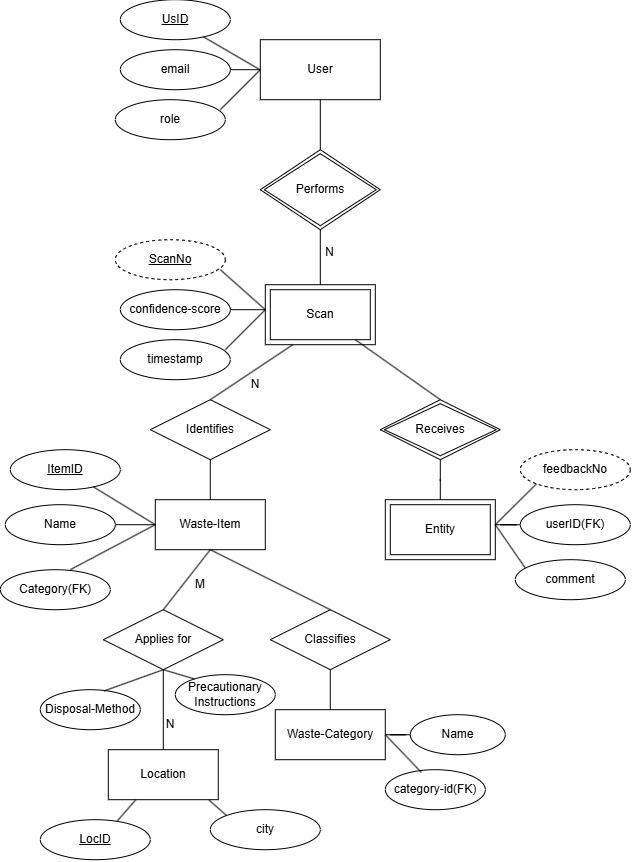
Above: docs/diagrams/er_diagram/er.png in Daksh-Aggarwal/ucs503p-202627-sortify (draw.io), before the change. Source tidied: cells renumbered, new cells last; positions are measured from the earlier drawing's top-left corner, leaving out a move shared by most shapes.
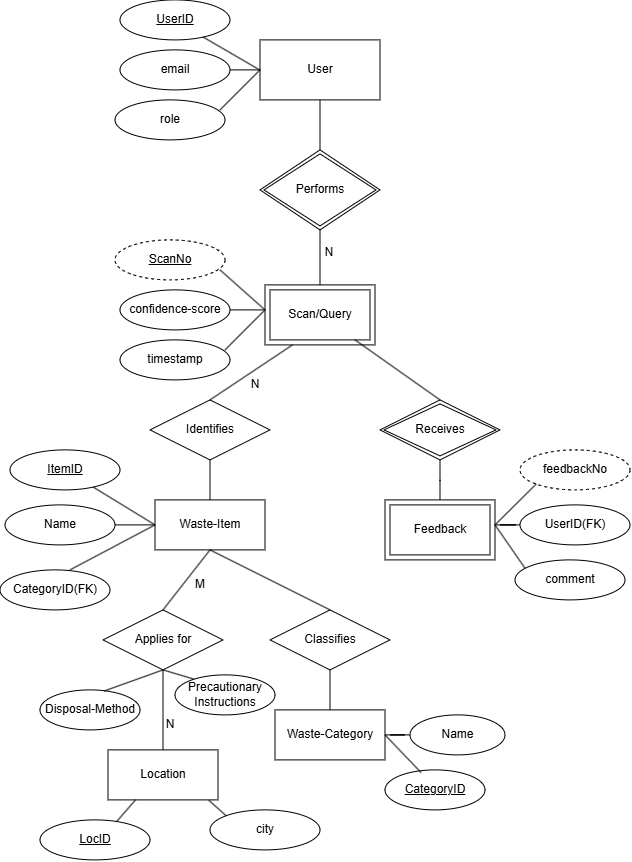
Later version of the same file.

The edit, as a diff of the source:
```diff
@@ -72,7 +72,7 @@
     <mxCell id="15" value="&lt;span style=&quot;color: light-dark(rgb(0, 0, 0), rgb(0, 0, 0));&quot;&gt;timestamp&lt;/span&gt;" style="ellipse;whiteSpace=wrap;html=1;align=center;fillColor=none;strokeColor=light-dark(#000000,#000000);" parent="1" vertex="1">
       <mxGeometry x="120" y="340" width="110" height="40" as="geometry" />
     </mxCell>
-    <mxCell id="16" value="&lt;u style=&quot;color: light-dark(rgb(0, 0, 0), rgb(0, 0, 0));&quot;&gt;UsID&lt;/u&gt;" style="ellipse;whiteSpace=wrap;html=1;align=center;fillColor=none;strokeColor=light-dark(#000000,#000000);" parent="1" vertex="1">
+    <mxCell id="16" value="&lt;u style=&quot;color: light-dark(rgb(0, 0, 0), rgb(0, 0, 0));&quot;&gt;UserID&lt;/u&gt;" style="ellipse;whiteSpace=wrap;html=1;align=center;fillColor=none;strokeColor=light-dark(#000000,#000000);" parent="1" vertex="1">
       <mxGeometry x="120" width="110" height="40" as="geometry" />
     </mxCell>
     <mxCell id="17" value="&lt;span style=&quot;color: light-dark(rgb(0, 0, 0), rgb(0, 0, 0));&quot;&gt;email&lt;/span&gt;" style="ellipse;whiteSpace=wrap;html=1;align=center;fillColor=none;strokeColor=light-dark(#000000,#000000);" parent="1" vertex="1">
@@ -104,7 +104,7 @@
     <mxCell id="24" value="&lt;span style=&quot;color: light-dark(rgb(0, 0, 0), rgb(0, 0, 0));&quot;&gt;feedbackNo&lt;/span&gt;" style="ellipse;whiteSpace=wrap;html=1;align=center;dashed=1;fillColor=none;strokeColor=light-dark(#000000,#000000);" parent="1" vertex="1">
       <mxGeometry x="520" y="450" width="110" height="40" as="geometry" />
     </mxCell>
-    <mxCell id="25" value="&lt;span style=&quot;color: light-dark(rgb(0, 0, 0), rgb(0, 0, 0));&quot;&gt;userID(FK)&lt;/span&gt;" style="ellipse;whiteSpace=wrap;html=1;align=center;fillColor=none;strokeColor=light-dark(#000000,#000000);" parent="1" vertex="1">
+    <mxCell id="25" value="&lt;span style=&quot;color: light-dark(rgb(0, 0, 0), rgb(0, 0, 0));&quot;&gt;UserID(FK)&lt;/span&gt;" style="ellipse;whiteSpace=wrap;html=1;align=center;fillColor=none;strokeColor=light-dark(#000000,#000000);" parent="1" vertex="1">
       <mxGeometry x="520" y="505" width="110" height="40" as="geometry" />
     </mxCell>
     <mxCell id="26" value="&lt;span style=&quot;color: light-dark(rgb(0, 0, 0), rgb(0, 0, 0));&quot;&gt;comment&lt;/span&gt;" style="ellipse;whiteSpace=wrap;html=1;align=center;fillColor=none;strokeColor=light-dark(#000000,#000000);" parent="1" vertex="1">
@@ -122,7 +122,7 @@
     <mxCell id="30" value="&lt;span style=&quot;color: light-dark(rgb(0, 0, 0), rgb(0, 0, 0));&quot;&gt;Name&lt;/span&gt;" style="ellipse;whiteSpace=wrap;html=1;align=center;fillColor=none;strokeColor=light-dark(#000000,#000000);" parent="1" vertex="1">
       <mxGeometry x="5" y="505" width="110" height="40" as="geometry" />
     </mxCell>
-    <mxCell id="31" value="&lt;span style=&quot;color: light-dark(rgb(0, 0, 0), rgb(0, 0, 0));&quot;&gt;Category(FK)&lt;/span&gt;" style="ellipse;whiteSpace=wrap;html=1;align=center;fillColor=none;strokeColor=light-dark(#000000,#000000);" parent="1" vertex="1">
+    <mxCell id="31" value="&lt;span style=&quot;color: light-dark(rgb(0, 0, 0), rgb(0, 0, 0));&quot;&gt;CategoryID(FK)&lt;/span&gt;" style="ellipse;whiteSpace=wrap;html=1;align=center;fillColor=none;strokeColor=light-dark(#000000,#000000);" parent="1" vertex="1">
       <mxGeometry y="570" width="110" height="40" as="geometry" />
     </mxCell>
     <mxCell id="32" style="endArrow=none;html=1;rounded=0;fontFamily=Helvetica;fontSize=12;fontColor=default;labelBackgroundColor=none;entryX=0.5;entryY=1;entryDx=0;entryDy=0;exitX=0.5;exitY=0;exitDx=0;exitDy=0;strokeColor=light-dark(#000000,#000000);" parent="1" edge="1" source="43" target="27">
@@ -169,16 +169,16 @@
     <mxCell id="45" value="&lt;span style=&quot;color: light-dark(rgb(0, 0, 0), rgb(0, 0, 0));&quot;&gt;city&lt;/span&gt;" style="ellipse;whiteSpace=wrap;html=1;align=center;fillColor=none;strokeColor=light-dark(#000000,#000000);" parent="1" vertex="1">
       <mxGeometry x="210" y="810" width="110" height="40" as="geometry" />
     </mxCell>
-    <mxCell id="46" value="&lt;span style=&quot;color: light-dark(rgb(0, 0, 0), rgb(0, 0, 0));&quot;&gt;category-id(FK)&lt;/span&gt;" style="ellipse;whiteSpace=wrap;html=1;align=center;fillColor=none;strokeColor=light-dark(#000000,#000000);" parent="1" vertex="1">
+    <mxCell id="46" value="&lt;span style=&quot;color: light-dark(rgb(0, 0, 0), rgb(0, 0, 0));&quot;&gt;&lt;u&gt;CategoryID&lt;/u&gt;&lt;/span&gt;" style="ellipse;whiteSpace=wrap;html=1;align=center;fillColor=none;strokeColor=light-dark(#000000,#000000);" parent="1" vertex="1">
       <mxGeometry x="385" y="770" width="100" height="40" as="geometry" />
     </mxCell>
     <mxCell id="47" value="&lt;span style=&quot;color: light-dark(rgb(0, 0, 0), rgb(0, 0, 0));&quot;&gt;Name&lt;/span&gt;" style="ellipse;whiteSpace=wrap;html=1;align=center;fillColor=none;strokeColor=light-dark(#000000,#000000);" parent="1" vertex="1">
       <mxGeometry x="410" y="715" width="95" height="40" as="geometry" />
     </mxCell>
-    <mxCell id="48" value="&lt;span style=&quot;color: light-dark(rgb(0, 0, 0), rgb(0, 0, 0));&quot;&gt;Scan&lt;/span&gt;" style="shape=ext;margin=3;double=1;whiteSpace=wrap;html=1;align=center;fillColor=none;strokeColor=light-dark(#000000,#000000);" parent="1" vertex="1">
+    <mxCell id="48" value="&lt;span style=&quot;color: light-dark(rgb(0, 0, 0), rgb(0, 0, 0));&quot;&gt;Scan/Query&lt;/span&gt;" style="shape=ext;margin=3;double=1;whiteSpace=wrap;html=1;align=center;fillColor=none;strokeColor=light-dark(#000000,#000000);" parent="1" vertex="1">
       <mxGeometry x="265" y="285" width="110" height="60" as="geometry" />
     </mxCell>
-    <mxCell id="49" value="&lt;span style=&quot;color: light-dark(rgb(0, 0, 0), rgb(0, 0, 0));&quot;&gt;Entity&lt;/span&gt;" style="shape=ext;margin=3;double=1;whiteSpace=wrap;html=1;align=center;fillColor=none;strokeColor=light-dark(#000000,#000000);" parent="1" vertex="1">
+    <mxCell id="49" value="&lt;font style=&quot;color: light-dark(rgb(0, 0, 0), rgb(0, 0, 0));&quot;&gt;Feedback&lt;/font&gt;" style="shape=ext;margin=3;double=1;whiteSpace=wrap;html=1;align=center;fillColor=none;strokeColor=light-dark(#000000,#000000);" parent="1" vertex="1">
       <mxGeometry x="385" y="500" width="110" height="60" as="geometry" />
     </mxCell>
     <mxCell id="50" style="edgeStyle=orthogonalEdgeStyle;rounded=0;jettySize=auto;html=1;fontFamily=Helvetica;fontSize=12;fontColor=default;labelBackgroundColor=none;endArrow=none;endFill=0;strokeColor=light-dark(#000000,#000000);" parent="1" edge="1" source="52" target="48">
```
